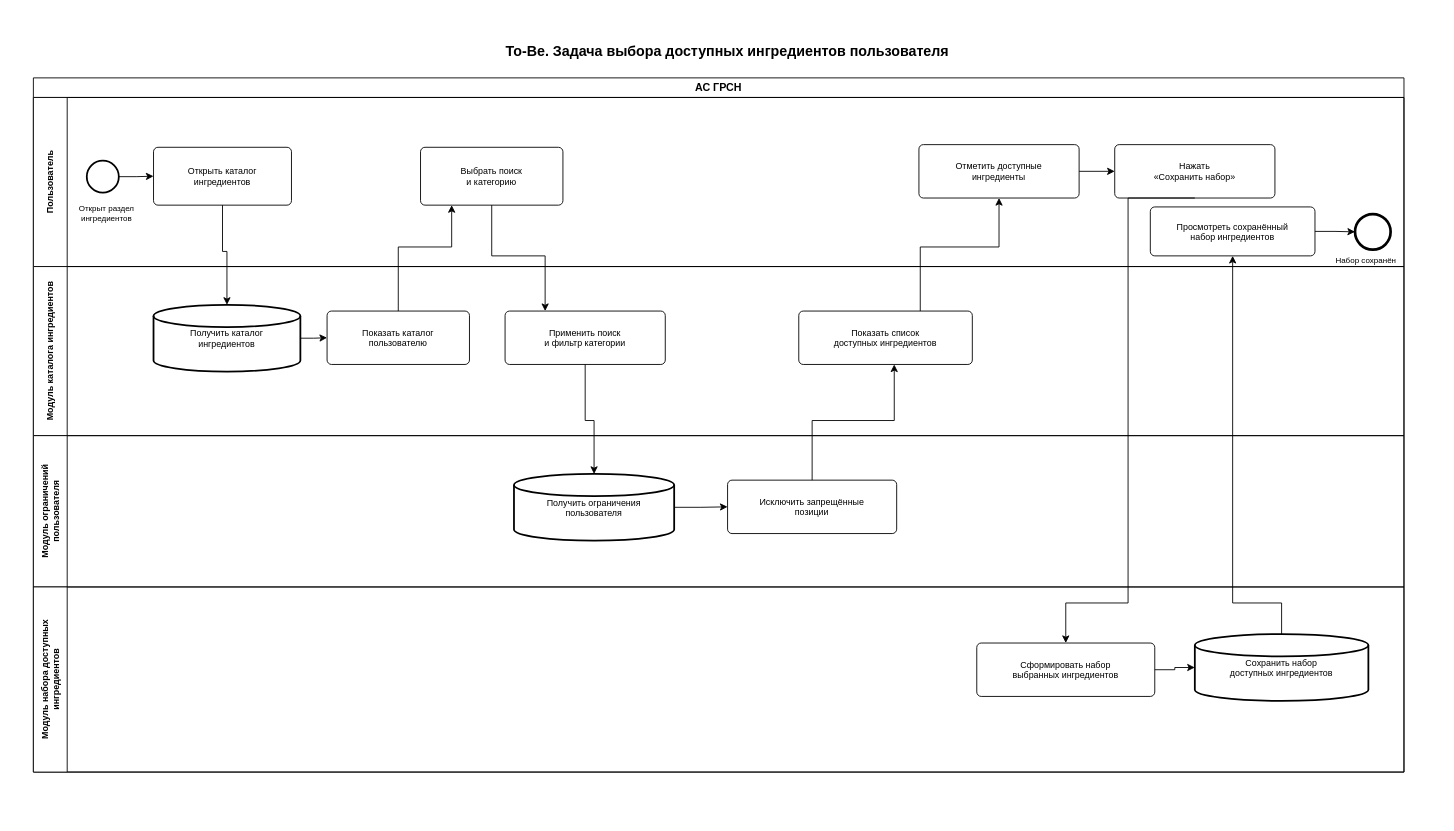
Before: Optimization-Methods/laba_2/diagrams/To-Be/To-Be_Каталог_и_доступные_ингредиенты_BPMN.drawio in Skipl1/ASOIU, a draw.io diagram. Source tidied: cells renumbered, new cells numbered last; positions are measured from the earlier drawing's top-left corner, leaving out a move shared by most shapes. Both pictures are drawn from the tidied source at 89%, with x=0, y=0 at pixel (15, 15).
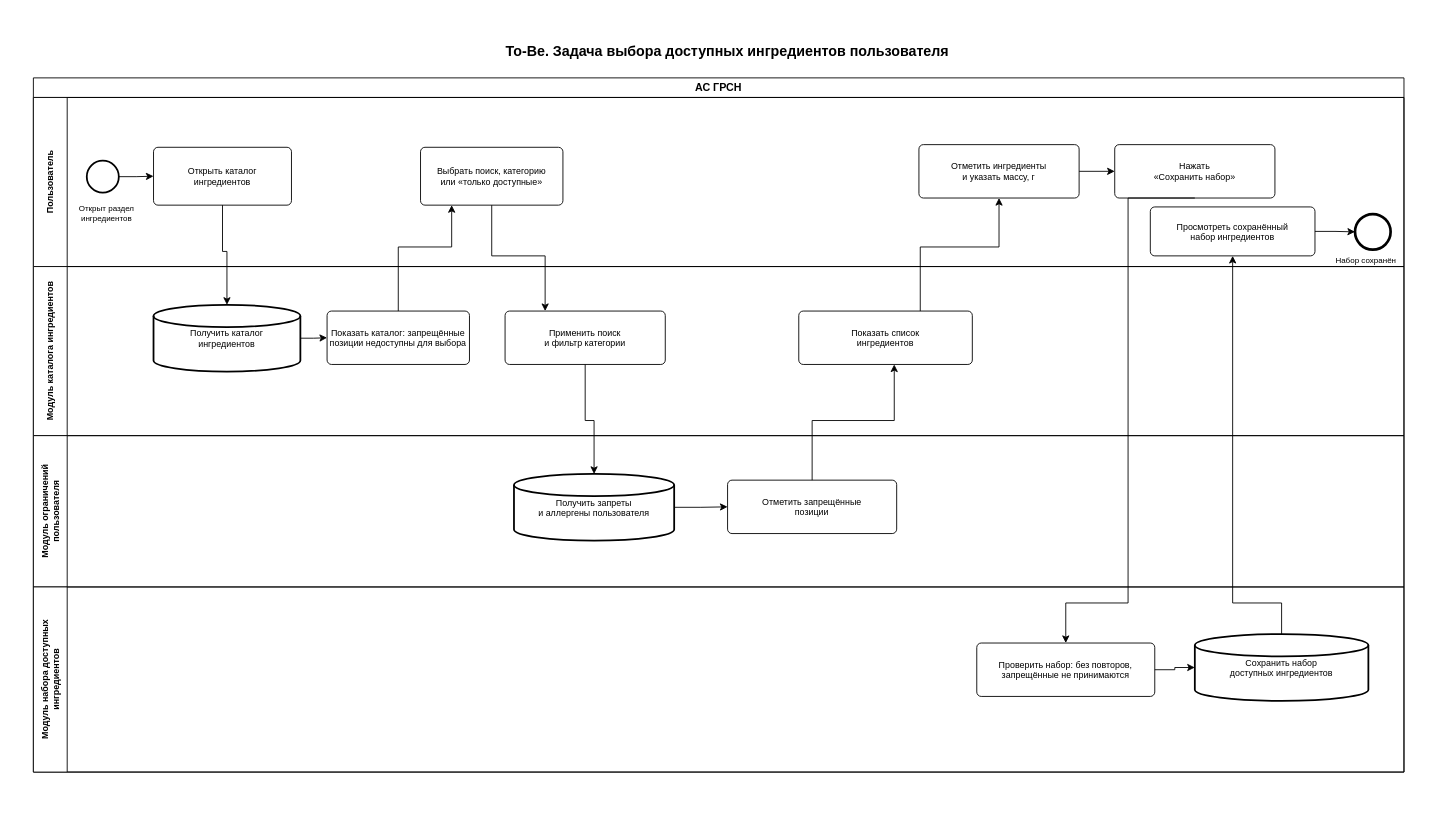
The same diagram, later.

Change to the diagram source:
```diff
@@
-    <mxCell id="13" value="Выбрать поиск&lt;br&gt;и категорию" style="rounded=1;whiteSpace=wrap;html=1;arcSize=10;absoluteArcSize=1;fillColor=#ffffff;strokeColor=#000000;fontSize=10;" parent="1" vertex="1">
+    <mxCell id="13" value="Выбрать поиск, категорию&lt;br&gt;или «только доступные»" style="rounded=1;whiteSpace=wrap;html=1;arcSize=10;absoluteArcSize=1;fillColor=#ffffff;strokeColor=#000000;fontSize=10;" parent="1" vertex="1">
       <mxGeometry x="455" y="148" width="160" height="65" as="geometry" />
     </mxCell>
-    <mxCell id="14" value="Отметить доступные&lt;br&gt;ингредиенты" style="rounded=1;whiteSpace=wrap;html=1;arcSize=10;absoluteArcSize=1;fillColor=#ffffff;strokeColor=#000000;fontSize=10;" parent="1" vertex="1">
+    <mxCell id="14" value="Отметить ингредиенты&lt;br&gt;и указать массу, г" style="rounded=1;whiteSpace=wrap;html=1;arcSize=10;absoluteArcSize=1;fillColor=#ffffff;strokeColor=#000000;fontSize=10;" parent="1" vertex="1">
       <mxGeometry x="1015" y="145" width="180" height="60" as="geometry" />
     </mxCell>
@@
-    <mxCell id="19" value="Показать каталог&lt;br&gt;пользователю" style="rounded=1;whiteSpace=wrap;html=1;arcSize=10;absoluteArcSize=1;fillColor=#ffffff;strokeColor=#000000;fontSize=10;" parent="1" vertex="1">
+    <mxCell id="19" value="Показать каталог: запрещённые&lt;br&gt;позиции недоступны для выбора" style="rounded=1;whiteSpace=wrap;html=1;arcSize=10;absoluteArcSize=1;fillColor=#ffffff;strokeColor=#000000;fontSize=10;" parent="1" vertex="1">
       <mxGeometry x="350" y="332" width="160" height="60" as="geometry" />
     </mxCell>
@@
-    <mxCell id="21" value="Показать список&lt;br&gt;доступных ингредиентов" style="rounded=1;whiteSpace=wrap;html=1;arcSize=10;absoluteArcSize=1;fillColor=#ffffff;strokeColor=#000000;fontSize=10;" parent="1" vertex="1">
+    <mxCell id="21" value="Показать список&lt;br&gt;ингредиентов" style="rounded=1;whiteSpace=wrap;html=1;arcSize=10;absoluteArcSize=1;fillColor=#ffffff;strokeColor=#000000;fontSize=10;" parent="1" vertex="1">
       <mxGeometry x="880" y="332" width="195" height="60" as="geometry" />
     </mxCell>
-    <mxCell id="22" value="Получить ограничения&lt;br&gt;пользователя" style="strokeWidth=2;html=1;shape=mxgraph.flowchart.database;whiteSpace=wrap;fillColor=#ffffff;strokeColor=#000000;fontSize=10;" parent="1" vertex="1">
+    <mxCell id="22" value="Получить запреты&lt;br&gt;и аллергены пользователя" style="strokeWidth=2;html=1;shape=mxgraph.flowchart.database;whiteSpace=wrap;fillColor=#ffffff;strokeColor=#000000;fontSize=10;" parent="1" vertex="1">
       <mxGeometry x="560" y="515" width="180" height="75" as="geometry" />
     </mxCell>
-    <mxCell id="23" value="Исключить запрещённые&lt;br&gt;позиции" style="rounded=1;whiteSpace=wrap;html=1;arcSize=10;absoluteArcSize=1;fillColor=#ffffff;strokeColor=#000000;fontSize=10;" parent="1" vertex="1">
+    <mxCell id="23" value="Отметить запрещённые&lt;br&gt;позиции" style="rounded=1;whiteSpace=wrap;html=1;arcSize=10;absoluteArcSize=1;fillColor=#ffffff;strokeColor=#000000;fontSize=10;" parent="1" vertex="1">
       <mxGeometry x="800" y="522" width="190" height="60" as="geometry" />
     </mxCell>
-    <mxCell id="24" value="Сформировать набор&lt;br&gt;выбранных ингредиентов" style="rounded=1;whiteSpace=wrap;html=1;arcSize=10;absoluteArcSize=1;fillColor=#ffffff;strokeColor=#000000;fontSize=10;" parent="1" vertex="1">
+    <mxCell id="24" value="Проверить набор: без повторов,&lt;br&gt;запрещённые не принимаются" style="rounded=1;whiteSpace=wrap;html=1;arcSize=10;absoluteArcSize=1;fillColor=#ffffff;strokeColor=#000000;fontSize=10;" parent="1" vertex="1">
       <mxGeometry x="1080" y="705" width="200" height="60" as="geometry" />
     </mxCell>
```
